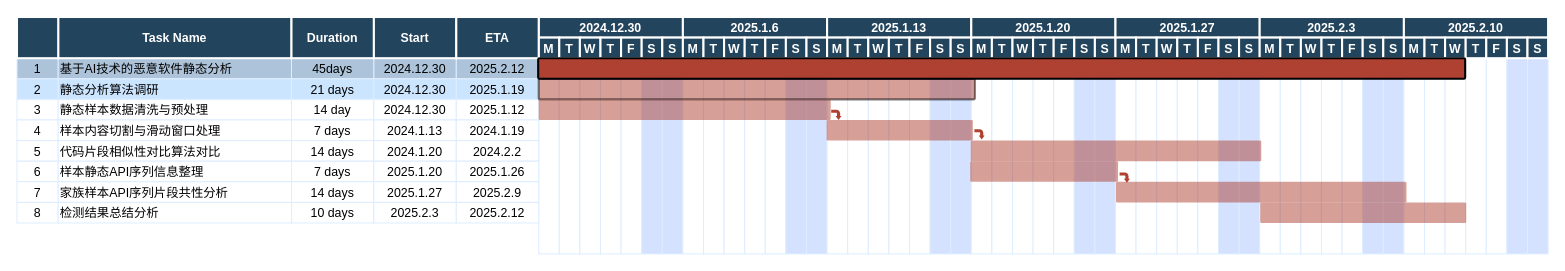
sidney-neu/draw_io keeps this draw.io diagram as 恶意软件AI检测计划.drawio. Above is the earlier version. Source tidied: cells renumbered, new cells numbered last; positions are measured from the earlier drawing's top-left corner, leaving out a move shared by most shapes. Both pictures are drawn from the tidied source at 103%, with x=0, y=0 at pixel (16, 16).
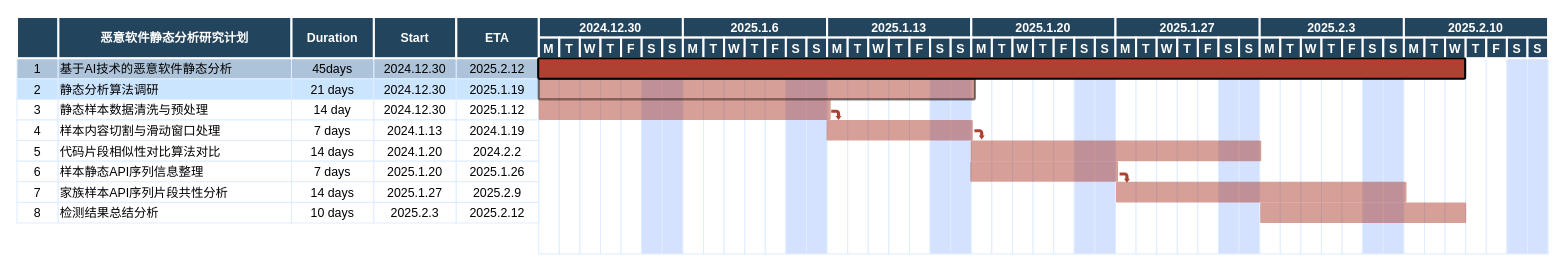
The same page after the edit.

Commit message (it also covers changes not shown here):
更新恶意软件AI检测计划.drawio

Change to the diagram source:
```diff
@@
-    <mxCell id="91" value="Task Name" style="fillColor=#23445D;strokeColor=#FFFFFF;strokeWidth=2;fontColor=#FFFFFF;fontStyle=1;" parent="1" vertex="1">
+    <mxCell id="91" value="恶意软件静态分析研究计划" style="fillColor=#23445D;strokeColor=#FFFFFF;strokeWidth=2;fontColor=#FFFFFF;fontStyle=1;" parent="1" vertex="1">
       <mxGeometry x="40" width="226.5" height="40" as="geometry" />
     </mxCell>
```
